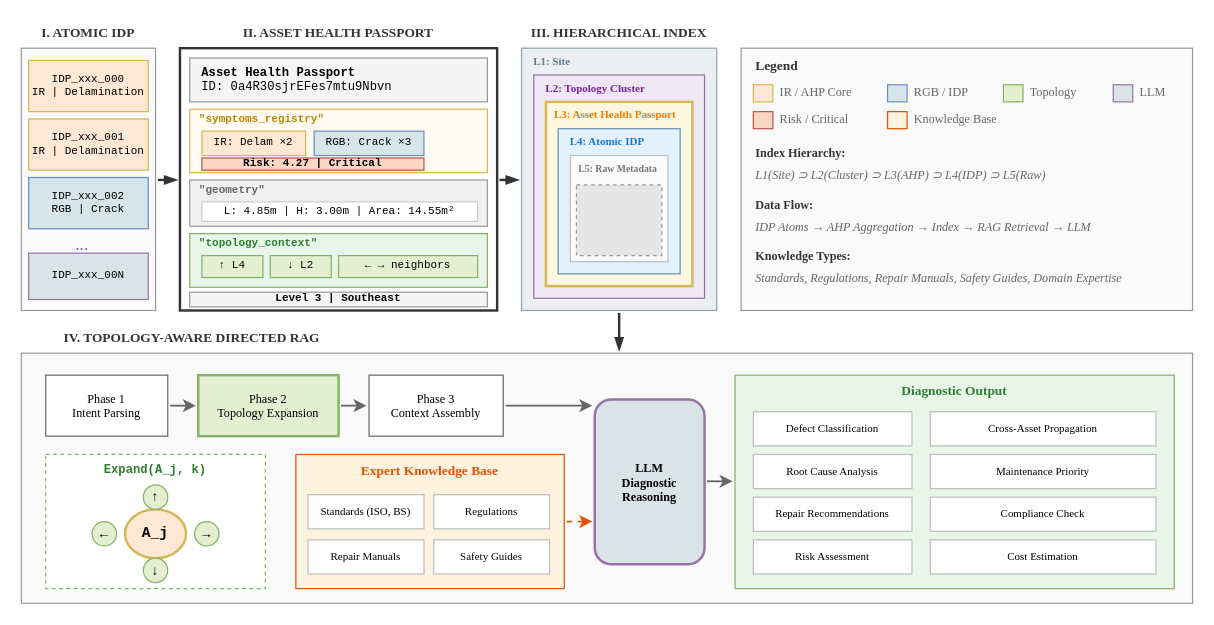
Above: figures_src/io/drawio/rag_workflow_topology.drawio in hyjcde/UAV-Book-Chapter8-LLM-DT (draw.io), before the change. Source tidied: cells renumbered, new cells numbered last; positions are measured from the earlier drawing's top-left corner, leaving out a move shared by most shapes. Both pictures are drawn from the tidied source at 122%, with x=0, y=0 at pixel (21, 21). Pictures stored in the file or linked from it are replaced by grey dashed boxes.
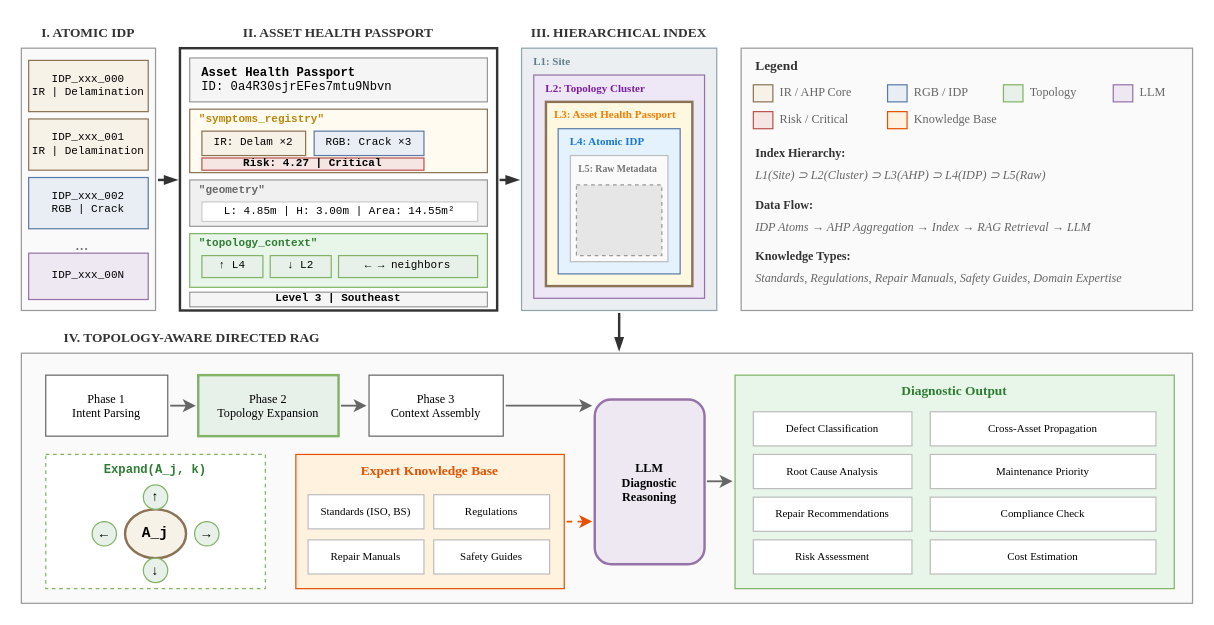
After the change.

Diff of the diagram source:
```diff
@@
-    <mxCell id="4" value="IDP_xxx_000&#10;IR | Delamination" style="rounded=0;whiteSpace=wrap;html=1;fillColor=#FDE8D4;strokeColor=#d6b656;fontSize=9;fontFamily=Courier New;align=center;" parent="1" vertex="1">
+    <mxCell id="4" value="IDP_xxx_000&#10;IR | Delamination" style="rounded=0;whiteSpace=wrap;html=1;fillColor=#F7F2E8;strokeColor=#8B7355;fontSize=9;fontFamily=Courier New;align=center;" parent="1" vertex="1">
       <mxGeometry x="6" y="32" width="98" height="42" as="geometry" />
     </mxCell>
-    <mxCell id="5" value="IDP_xxx_001&#10;IR | Delamination" style="rounded=0;whiteSpace=wrap;html=1;fillColor=#FDE8D4;strokeColor=#d6b656;fontSize=9;fontFamily=Courier New;align=center;" parent="1" vertex="1">
+    <mxCell id="5" value="IDP_xxx_001&#10;IR | Delamination" style="rounded=0;whiteSpace=wrap;html=1;fillColor=#F7F2E8;strokeColor=#8B7355;fontSize=9;fontFamily=Courier New;align=center;" parent="1" vertex="1">
       <mxGeometry x="6" y="80" width="98" height="42" as="geometry" />
     </mxCell>
-    <mxCell id="6" value="IDP_xxx_002&#10;RGB | Crack" style="rounded=0;whiteSpace=wrap;html=1;fillColor=#D6E5E8;strokeColor=#6c8ebf;fontSize=9;fontFamily=Courier New;align=center;" parent="1" vertex="1">
+    <mxCell id="6" value="IDP_xxx_002&#10;RGB | Crack" style="rounded=0;whiteSpace=wrap;html=1;fillColor=#E8EEF4;strokeColor=#5B7BA6;fontSize=9;fontFamily=Courier New;align=center;" parent="1" vertex="1">
       <mxGeometry x="6" y="128" width="98" height="42" as="geometry" />
     </mxCell>
@@
-    <mxCell id="8" value="IDP_xxx_00N" style="rounded=0;whiteSpace=wrap;html=1;fillColor=#D9E4E7;strokeColor=#9673a6;fontSize=9;fontFamily=Courier New;align=center;" parent="1" vertex="1">
+    <mxCell id="8" value="IDP_xxx_00N" style="rounded=0;whiteSpace=wrap;html=1;fillColor=#EEE8F2;strokeColor=#9673a6;fontSize=9;fontFamily=Courier New;align=center;" parent="1" vertex="1">
       <mxGeometry x="6" y="190" width="98" height="38" as="geometry" />
     </mxCell>
@@
-    <mxCell id="12" style="rounded=0;whiteSpace=wrap;html=1;fillColor=#fffbf0;strokeColor=#d6b656;strokeWidth=1;" parent="1" vertex="1">
+    <mxCell id="12" style="rounded=0;whiteSpace=wrap;html=1;fillColor=#fffbf0;strokeColor=#8B7355;strokeWidth=1;" parent="1" vertex="1">
       <mxGeometry x="138" y="72" width="244" height="52" as="geometry" />
     </mxCell>
@@
-    <mxCell id="14" value="IR: Delam ×2" style="rounded=0;whiteSpace=wrap;html=1;fillColor=#FDE8D4;strokeColor=#d6b656;fontSize=9;fontFamily=Courier New;" parent="1" vertex="1">
+    <mxCell id="14" value="IR: Delam ×2" style="rounded=0;whiteSpace=wrap;html=1;fillColor=#F7F2E8;strokeColor=#8B7355;fontSize=9;fontFamily=Courier New;" parent="1" vertex="1">
       <mxGeometry x="148" y="90" width="85" height="20" as="geometry" />
     </mxCell>
-    <mxCell id="15" value="RGB: Crack ×3" style="rounded=0;whiteSpace=wrap;html=1;fillColor=#D6E5E8;strokeColor=#6c8ebf;fontSize=9;fontFamily=Courier New;" parent="1" vertex="1">
+    <mxCell id="15" value="RGB: Crack ×3" style="rounded=0;whiteSpace=wrap;html=1;fillColor=#E8EEF4;strokeColor=#5B7BA6;fontSize=9;fontFamily=Courier New;" parent="1" vertex="1">
       <mxGeometry x="240" y="90" width="90" height="20" as="geometry" />
     </mxCell>
-    <mxCell id="16" value="Risk: 4.27 | Critical" style="rounded=0;whiteSpace=wrap;html=1;fillColor=#FAD7C2;strokeColor=#b85450;fontSize=9;fontFamily=Courier New;fontStyle=1;" parent="1" vertex="1">
+    <mxCell id="16" value="Risk: 4.27 | Critical" style="rounded=0;whiteSpace=wrap;html=1;fillColor=#F5E6E4;strokeColor=#b85450;fontSize=9;fontFamily=Courier New;fontStyle=1;" parent="1" vertex="1">
       <mxGeometry x="148" y="112" width="182" height="10" as="geometry" />
     </mxCell>
@@
-    <mxCell id="22" value="↑ L4" style="rounded=0;whiteSpace=wrap;html=1;fillColor=#E4EFD0;strokeColor=#82b366;fontSize=9;fontFamily=Courier New;" parent="1" vertex="1">
+    <mxCell id="22" value="↑ L4" style="rounded=0;whiteSpace=wrap;html=1;fillColor=#E8F0EA;strokeColor=#82b366;fontSize=9;fontFamily=Courier New;" parent="1" vertex="1">
       <mxGeometry x="148" y="192" width="50" height="18" as="geometry" />
     </mxCell>
-    <mxCell id="23" value="↓ L2" style="rounded=0;whiteSpace=wrap;html=1;fillColor=#E4EFD0;strokeColor=#82b366;fontSize=9;fontFamily=Courier New;" parent="1" vertex="1">
+    <mxCell id="23" value="↓ L2" style="rounded=0;whiteSpace=wrap;html=1;fillColor=#E8F0EA;strokeColor=#82b366;fontSize=9;fontFamily=Courier New;" parent="1" vertex="1">
       <mxGeometry x="204" y="192" width="50" height="18" as="geometry" />
     </mxCell>
-    <mxCell id="24" value="← → neighbors" style="rounded=0;whiteSpace=wrap;html=1;fillColor=#E4EFD0;strokeColor=#82b366;fontSize=9;fontFamily=Courier New;" parent="1" vertex="1">
+    <mxCell id="24" value="← → neighbors" style="rounded=0;whiteSpace=wrap;html=1;fillColor=#E8F0EA;strokeColor=#82b366;fontSize=9;fontFamily=Courier New;" parent="1" vertex="1">
       <mxGeometry x="260" y="192" width="114" height="18" as="geometry" />
     </mxCell>
@@
-    <mxCell id="31" style="rounded=0;whiteSpace=wrap;html=1;fillColor=#fff8e1;strokeColor=#d6b656;strokeWidth=2;" parent="1" vertex="1">
+    <mxCell id="31" style="rounded=0;whiteSpace=wrap;html=1;fillColor=#fff8e1;strokeColor=#8B7355;strokeWidth=2;" parent="1" vertex="1">
       <mxGeometry x="430" y="66" width="120" height="151" as="geometry" />
     </mxCell>
@@
-    <mxCell id="33" style="rounded=0;whiteSpace=wrap;html=1;fillColor=#e3f2fd;strokeColor=#6c8ebf;strokeWidth=1;" parent="1" vertex="1">
+    <mxCell id="33" style="rounded=0;whiteSpace=wrap;html=1;fillColor=#e3f2fd;strokeColor=#5B7BA6;strokeWidth=1;" parent="1" vertex="1">
       <mxGeometry x="440" y="88" width="100" height="119" as="geometry" />
     </mxCell>
@@
-    <mxCell id="39" style="rounded=0;whiteSpace=wrap;html=1;fillColor=#FDE8D4;strokeColor=#d6b656;" parent="1" vertex="1">
+    <mxCell id="39" style="rounded=0;whiteSpace=wrap;html=1;fillColor=#F7F2E8;strokeColor=#8B7355;" parent="1" vertex="1">
       <mxGeometry x="600" y="52" width="16" height="14" as="geometry" />
     </mxCell>
@@
-    <mxCell id="41" style="rounded=0;whiteSpace=wrap;html=1;fillColor=#D6E5E8;strokeColor=#6c8ebf;" parent="1" vertex="1">
+    <mxCell id="41" style="rounded=0;whiteSpace=wrap;html=1;fillColor=#E8EEF4;strokeColor=#5B7BA6;" parent="1" vertex="1">
       <mxGeometry x="710" y="52" width="16" height="14" as="geometry" />
     </mxCell>
@@
-    <mxCell id="43" style="rounded=0;whiteSpace=wrap;html=1;fillColor=#E4EFD0;strokeColor=#82b366;" parent="1" vertex="1">
+    <mxCell id="43" style="rounded=0;whiteSpace=wrap;html=1;fillColor=#E8F0EA;strokeColor=#82b366;" parent="1" vertex="1">
       <mxGeometry x="805" y="52" width="16" height="14" as="geometry" />
     </mxCell>
@@
-    <mxCell id="45" style="rounded=0;whiteSpace=wrap;html=1;fillColor=#D9E4E7;strokeColor=#9673a6;" parent="1" vertex="1">
+    <mxCell id="45" style="rounded=0;whiteSpace=wrap;html=1;fillColor=#EEE8F2;strokeColor=#9673a6;" parent="1" vertex="1">
       <mxGeometry x="895" y="52" width="16" height="14" as="geometry" />
     </mxCell>
@@
-    <mxCell id="47" style="rounded=0;whiteSpace=wrap;html=1;fillColor=#FAD7C2;strokeColor=#b85450;" parent="1" vertex="1">
+    <mxCell id="47" style="rounded=0;whiteSpace=wrap;html=1;fillColor=#F5E6E4;strokeColor=#b85450;" parent="1" vertex="1">
       <mxGeometry x="600" y="74" width="16" height="14" as="geometry" />
     </mxCell>
@@
-    <mxCell id="60" value="Phase 2&#10;Topology Expansion" style="rounded=0;whiteSpace=wrap;html=1;fillColor=#E4EFD0;strokeColor=#82b366;strokeWidth=2;fontFamily=Times New Roman;fontSize=10;" parent="1" vertex="1">
+    <mxCell id="60" value="Phase 2&#10;Topology Expansion" style="rounded=0;whiteSpace=wrap;html=1;fillColor=#E8F0EA;strokeColor=#82b366;strokeWidth=2;fontFamily=Times New Roman;fontSize=10;" parent="1" vertex="1">
       <mxGeometry x="145" y="290" width="115" height="50" as="geometry" />
     </mxCell>
@@
-    <mxCell id="66" value="A_j" style="ellipse;whiteSpace=wrap;html=1;fillColor=#FDE8D4;strokeColor=#d6b656;strokeWidth=2;fontSize=12;fontFamily=Courier New;fontStyle=1;" parent="1" vertex="1">
+    <mxCell id="66" value="A_j" style="ellipse;whiteSpace=wrap;html=1;fillColor=#F7F2E8;strokeColor=#8B7355;strokeWidth=2;fontSize=12;fontFamily=Courier New;fontStyle=1;" parent="1" vertex="1">
       <mxGeometry x="85" y="400" width="50" height="40" as="geometry" />
     </mxCell>
-    <mxCell id="67" value="↑" style="ellipse;whiteSpace=wrap;html=1;fillColor=#E4EFD0;strokeColor=#82b366;fontSize=11;" parent="1" vertex="1">
+    <mxCell id="67" value="↑" style="ellipse;whiteSpace=wrap;html=1;fillColor=#E8F0EA;strokeColor=#82b366;fontSize=11;" parent="1" vertex="1">
       <mxGeometry x="100" y="380" width="20" height="20" as="geometry" />
     </mxCell>
-    <mxCell id="68" value="↓" style="ellipse;whiteSpace=wrap;html=1;fillColor=#E4EFD0;strokeColor=#82b366;fontSize=11;" parent="1" vertex="1">
+    <mxCell id="68" value="↓" style="ellipse;whiteSpace=wrap;html=1;fillColor=#E8F0EA;strokeColor=#82b366;fontSize=11;" parent="1" vertex="1">
       <mxGeometry x="100" y="440" width="20" height="20" as="geometry" />
     </mxCell>
-    <mxCell id="69" value="←" style="ellipse;whiteSpace=wrap;html=1;fillColor=#E4EFD0;strokeColor=#82b366;fontSize=11;" parent="1" vertex="1">
+    <mxCell id="69" value="←" style="ellipse;whiteSpace=wrap;html=1;fillColor=#E8F0EA;strokeColor=#82b366;fontSize=11;" parent="1" vertex="1">
       <mxGeometry x="58" y="410" width="20" height="20" as="geometry" />
     </mxCell>
-    <mxCell id="70" value="→" style="ellipse;whiteSpace=wrap;html=1;fillColor=#E4EFD0;strokeColor=#82b366;fontSize=11;" parent="1" vertex="1">
+    <mxCell id="70" value="→" style="ellipse;whiteSpace=wrap;html=1;fillColor=#E8F0EA;strokeColor=#82b366;fontSize=11;" parent="1" vertex="1">
       <mxGeometry x="142" y="410" width="20" height="20" as="geometry" />
     </mxCell>
@@
-    <mxCell id="77" value="&lt;b&gt;LLM&#10;Diagnostic&#10;Reasoning&lt;/b&gt;" style="rounded=1;whiteSpace=wrap;html=1;fillColor=#D9E4E7;strokeColor=#9673a6;strokeWidth=2;fontFamily=Times New Roman;fontSize=10;arcSize=15;" parent="1" vertex="1">
+    <mxCell id="77" value="&lt;b&gt;LLM&#10;Diagnostic&#10;Reasoning&lt;/b&gt;" style="rounded=1;whiteSpace=wrap;html=1;fillColor=#EEE8F2;strokeColor=#9673a6;strokeWidth=2;fontFamily=Times New Roman;fontSize=10;arcSize=15;" parent="1" vertex="1">
       <mxGeometry x="470" y="310" width="90" height="135" as="geometry" />
     </mxCell>
```
